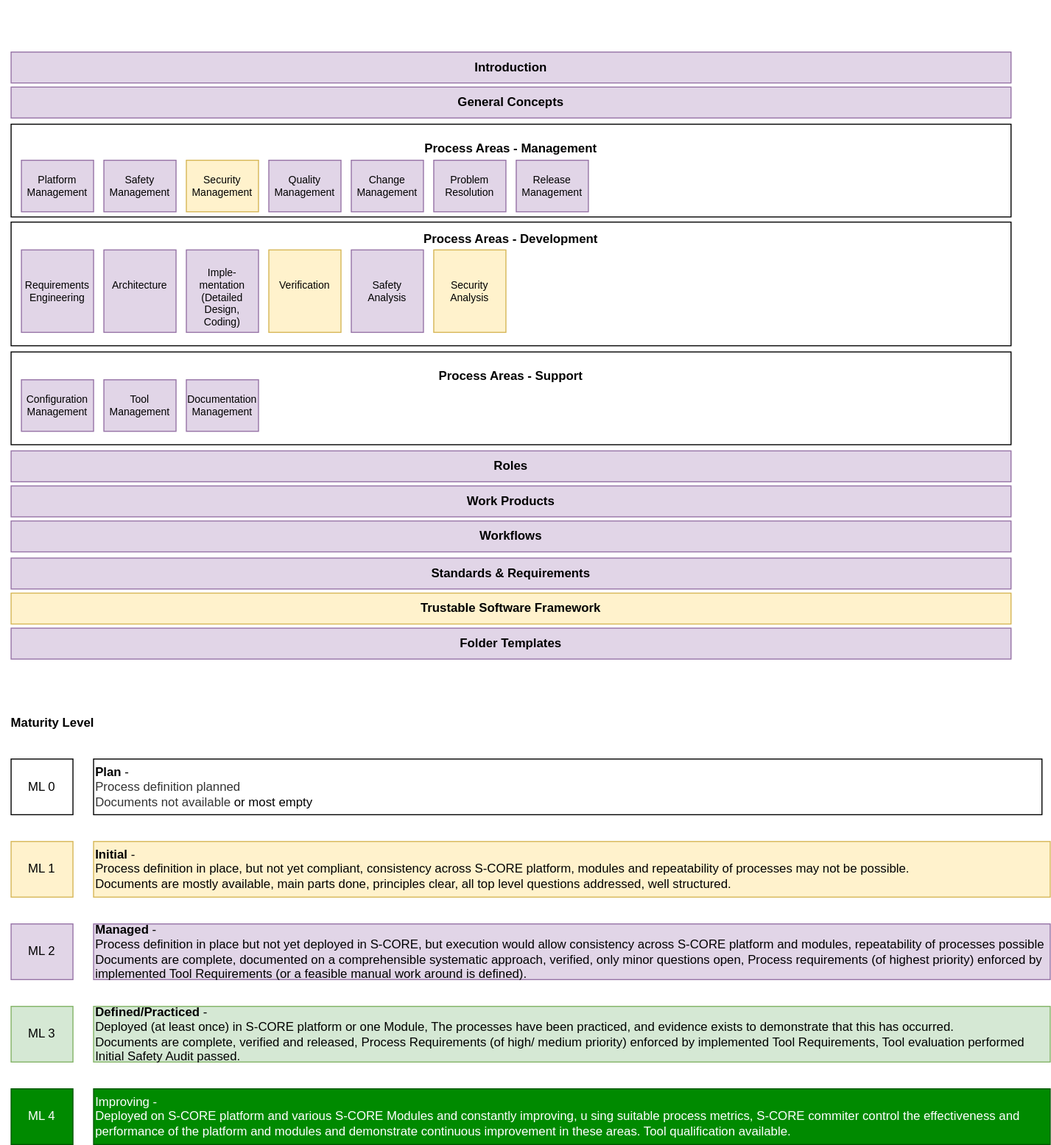
The draw.io diagram main/_images/score_process_area_overview.drawio.svg in PiotrKorkus/reference_integration, before a commit. Source tidied: cells renumbered, new cells last; positions are measured from the earlier drawing's top-left corner, leaving out a move shared by most shapes.
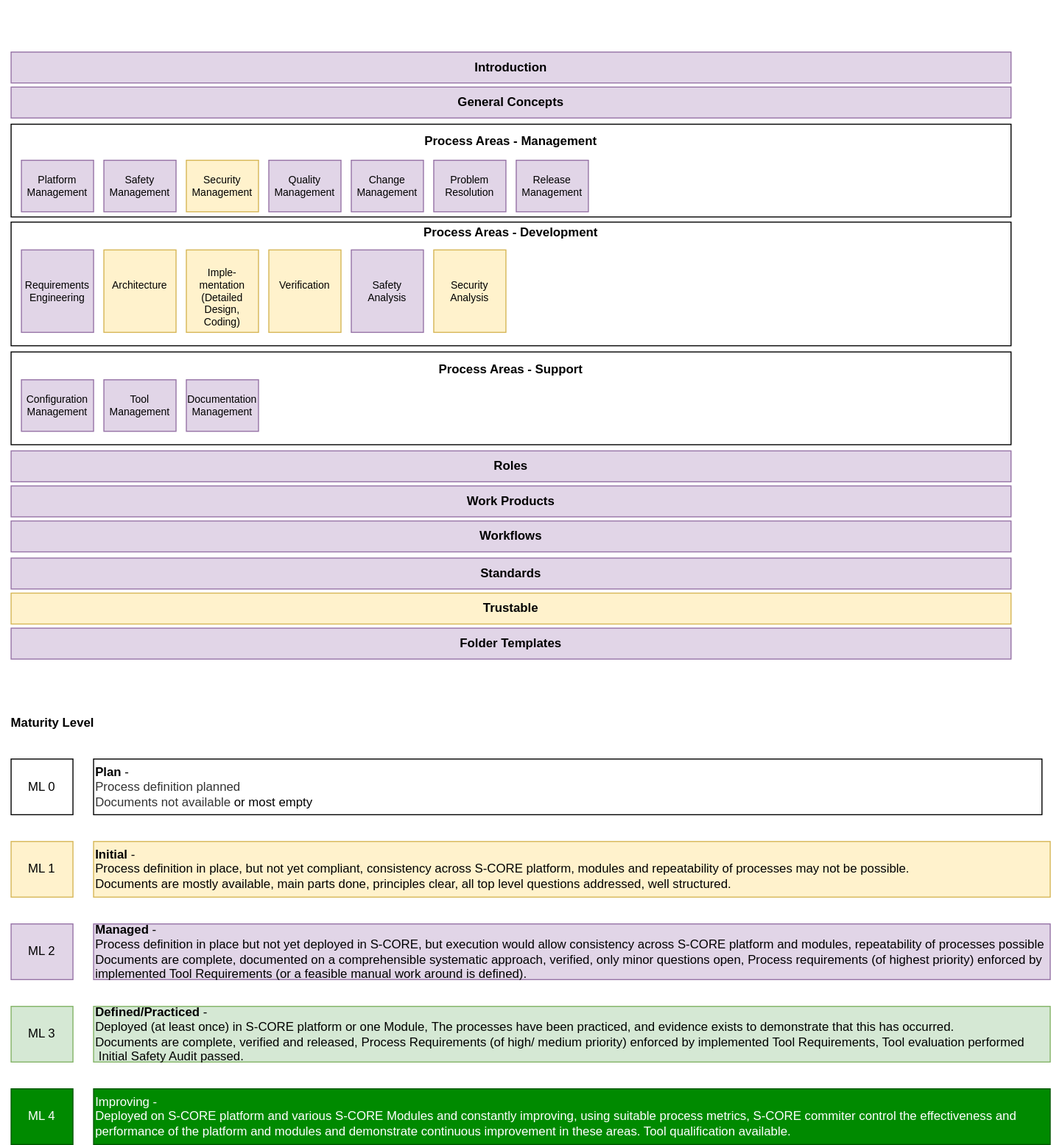
After the commit.

What changed in the source:
```diff
@@ -8,6 +8,9 @@
     <mxCell id="3" value="&lt;b&gt;&lt;br&gt;&lt;br&gt;&lt;br&gt;&lt;br&gt;Process Areas - Development&lt;br&gt;&lt;br&gt;&lt;br&gt;&lt;br&gt;&lt;br&gt;&lt;br&gt;&lt;br&gt;&lt;br&gt;&lt;br&gt;&lt;br&gt;&lt;br&gt;&amp;nbsp;&lt;/b&gt;" style="rounded=0;whiteSpace=wrap;html=1;" parent="1" vertex="1">
       <mxGeometry x="10" y="165" width="970" height="120" as="geometry" />
     </mxCell>
+    <mxCell id="39" value="&lt;span style=&quot;&quot;&gt;Introduction&lt;/span&gt;" style="rounded=0;whiteSpace=wrap;html=1;fontStyle=1;fillColor=#e1d5e7;strokeColor=#9673a6;" parent="1" vertex="1">
+      <mxGeometry x="10" width="970" height="30" as="geometry" />
+    </mxCell>
     <mxCell id="4" value="&lt;b&gt;&lt;br&gt;&lt;br&gt;&lt;br&gt;&lt;br&gt;&lt;br&gt;&lt;br&gt;&lt;br&gt;&lt;br&gt;&lt;br&gt;Process Areas - Management&lt;br&gt;&lt;br&gt;&lt;br&gt;&lt;br&gt;&lt;br&gt;&lt;br&gt;&lt;br&gt;&lt;br&gt;&lt;br&gt;&lt;br&gt;&lt;br&gt;&lt;br&gt;&lt;br&gt;&amp;nbsp;&lt;/b&gt;" style="rounded=0;whiteSpace=wrap;html=1;" parent="1" vertex="1">
       <mxGeometry x="10" y="70" width="970" height="90" as="geometry" />
     </mxCell>
@@ -26,16 +29,16 @@
     <mxCell id="9" value="&lt;span style=&quot;&quot;&gt;General Concepts&lt;/span&gt;" style="rounded=0;whiteSpace=wrap;html=1;fontStyle=1;fillColor=#e1d5e7;strokeColor=#9673a6;" parent="1" vertex="1">
       <mxGeometry x="10" y="34" width="970" height="30" as="geometry" />
     </mxCell>
-    <mxCell id="10" value="&lt;span style=&quot;&quot;&gt;Standards &amp;amp; Requirements&lt;/span&gt;" style="rounded=0;whiteSpace=wrap;html=1;fontStyle=1;fillColor=#e1d5e7;strokeColor=#9673a6;" parent="1" vertex="1">
+    <mxCell id="10" value="&lt;span style=&quot;&quot;&gt;Standards&lt;/span&gt;" style="rounded=0;whiteSpace=wrap;html=1;fontStyle=1;fillColor=#e1d5e7;strokeColor=#9673a6;" parent="1" vertex="1">
       <mxGeometry x="10" y="491" width="970" height="30" as="geometry" />
     </mxCell>
     <mxCell id="11" value="&lt;span style=&quot;&quot;&gt;Roles&lt;/span&gt;" style="rounded=0;whiteSpace=wrap;html=1;fontStyle=1;fillColor=#e1d5e7;strokeColor=#9673a6;" parent="1" vertex="1">
       <mxGeometry x="10" y="387" width="970" height="30" as="geometry" />
     </mxCell>
-    <mxCell id="12" value="&lt;br style=&quot;font-size: 10px;&quot;&gt;&lt;br style=&quot;font-size: 10px;&quot;&gt;Architecture&lt;br style=&quot;font-size: 10px;&quot;&gt;&lt;br style=&quot;font-size: 10px;&quot;&gt;&lt;br style=&quot;font-size: 10px;&quot;&gt;&lt;br style=&quot;font-size: 10px;&quot;&gt;" style="rounded=0;whiteSpace=wrap;html=1;fillColor=#e1d5e7;strokeColor=#9673a6;verticalAlign=middle;fontSize=10;" parent="1" vertex="1">
+    <mxCell id="12" value="&lt;br style=&quot;font-size: 10px;&quot;&gt;&lt;br style=&quot;font-size: 10px;&quot;&gt;Architecture&lt;br style=&quot;font-size: 10px;&quot;&gt;&lt;br style=&quot;font-size: 10px;&quot;&gt;&lt;br style=&quot;font-size: 10px;&quot;&gt;&lt;br style=&quot;font-size: 10px;&quot;&gt;" style="rounded=0;whiteSpace=wrap;html=1;fillColor=#fff2cc;strokeColor=#d6b656;verticalAlign=middle;fontSize=10;" parent="1" vertex="1">
       <mxGeometry x="100" y="192" width="70" height="80" as="geometry" />
     </mxCell>
-    <mxCell id="13" value="&lt;font style=&quot;font-size: 10px;&quot;&gt;&lt;font style=&quot;font-size: 10px;&quot;&gt;&lt;br style=&quot;font-size: 10px;&quot;&gt;Imple-mentation&lt;/font&gt;&lt;br style=&quot;font-size: 10px;&quot;&gt;&lt;span style=&quot;font-size: 10px;&quot;&gt;(Detailed Design, &lt;/span&gt;&lt;br style=&quot;font-size: 10px;&quot;&gt;&lt;span style=&quot;font-size: 10px;&quot;&gt;Coding)&lt;/span&gt;&lt;/font&gt;" style="rounded=0;whiteSpace=wrap;html=1;fillColor=#e1d5e7;strokeColor=#9673a6;fontSize=10;" parent="1" vertex="1">
+    <mxCell id="13" value="&lt;font style=&quot;font-size: 10px;&quot;&gt;&lt;font style=&quot;font-size: 10px;&quot;&gt;&lt;br style=&quot;font-size: 10px;&quot;&gt;Imple-mentation&lt;/font&gt;&lt;br style=&quot;font-size: 10px;&quot;&gt;&lt;span style=&quot;font-size: 10px;&quot;&gt;(Detailed Design, &lt;/span&gt;&lt;br style=&quot;font-size: 10px;&quot;&gt;&lt;span style=&quot;font-size: 10px;&quot;&gt;Coding)&lt;/span&gt;&lt;/font&gt;" style="rounded=0;whiteSpace=wrap;html=1;fillColor=#fff2cc;strokeColor=#d6b656;fontSize=10;" parent="1" vertex="1">
       <mxGeometry x="180" y="192" width="70" height="80" as="geometry" />
     </mxCell>
     <mxCell id="14" value="Problem Resolution" style="rounded=0;whiteSpace=wrap;html=1;fontSize=10;fillColor=#e1d5e7;strokeColor=#9673a6;" parent="1" vertex="1">
@@ -101,7 +104,7 @@
     <mxCell id="34" value="Release&lt;br style=&quot;font-size: 10px;&quot;&gt;Management" style="rounded=0;whiteSpace=wrap;html=1;fontSize=10;fillColor=#e1d5e7;strokeColor=#9673a6;" parent="1" vertex="1">
       <mxGeometry x="500" y="105" width="70" height="50" as="geometry" />
     </mxCell>
-    <mxCell id="35" value="&lt;span style=&quot;&quot;&gt;Trustable Software Framework&lt;/span&gt;" style="rounded=0;whiteSpace=wrap;html=1;fontStyle=1;fillColor=#fff2cc;strokeColor=#d6b656;" parent="1" vertex="1">
+    <mxCell id="35" value="&lt;span style=&quot;&quot;&gt;Trustable&lt;/span&gt;" style="rounded=0;whiteSpace=wrap;html=1;fontStyle=1;fillColor=#fff2cc;strokeColor=#d6b656;" parent="1" vertex="1">
       <mxGeometry x="10" y="525" width="970" height="30" as="geometry" />
     </mxCell>
     <mxCell id="36" value="&lt;span style=&quot;&quot;&gt;Folder Templates&lt;/span&gt;" style="rounded=0;whiteSpace=wrap;html=1;fontStyle=1;fillColor=#e1d5e7;strokeColor=#9673a6;" parent="1" vertex="1">
@@ -113,8 +116,5 @@
     <mxCell id="38" value="Security&lt;br style=&quot;font-size: 10px;&quot;&gt;Analysis" style="rounded=0;whiteSpace=wrap;html=1;fillColor=#fff2cc;strokeColor=#d6b656;fontSize=10;" parent="1" vertex="1">
       <mxGeometry x="420" y="192" width="70" height="80" as="geometry" />
     </mxCell>
-    <mxCell id="39" value="&lt;span style=&quot;&quot;&gt;Introduction&lt;/span&gt;" style="rounded=0;whiteSpace=wrap;html=1;fontStyle=1;fillColor=#e1d5e7;strokeColor=#9673a6;" parent="1" vertex="1">
-      <mxGeometry x="10" width="970" height="30" as="geometry" />
-    </mxCell>
   </root>
 </mxGraphModel>
```
